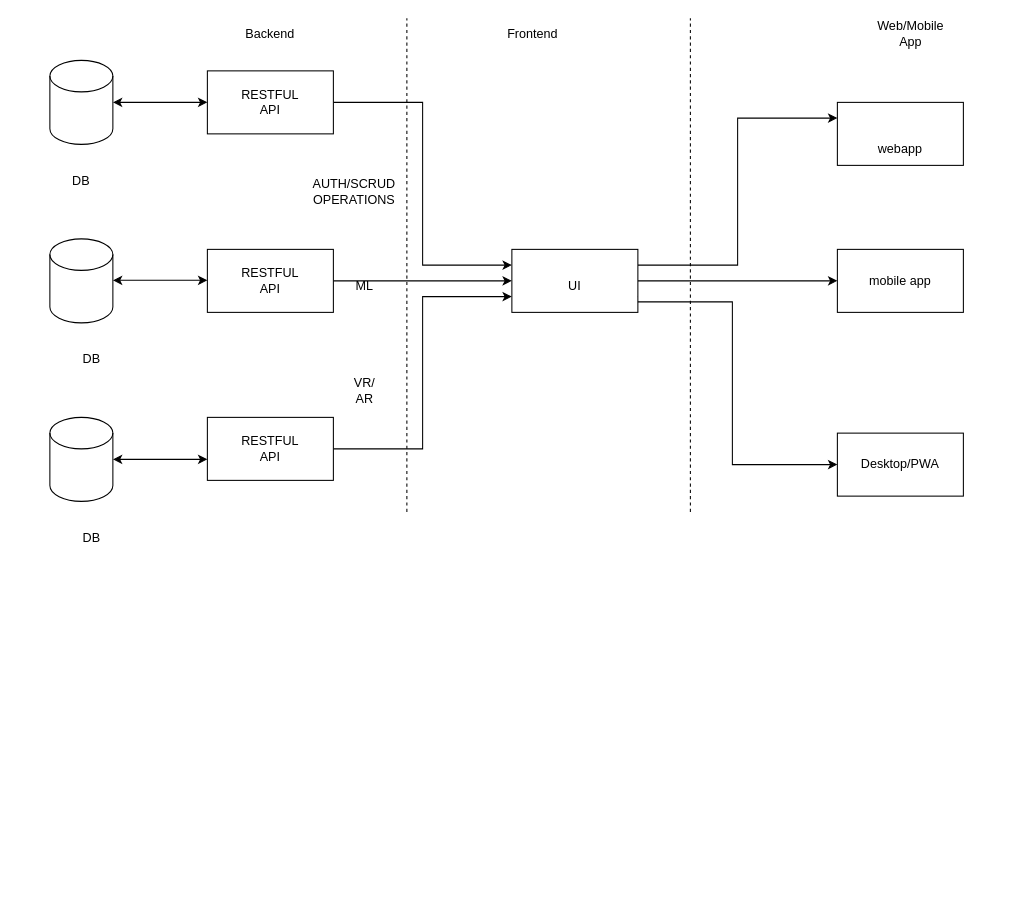
anapitalai/diagrams keeps this draw.io diagram as ofdf.drawio. Above is the earlier version. Source tidied: cells renumbered, new cells numbered last; positions are measured from the earlier drawing's top-left corner, leaving out a move shared by most shapes. Both pictures are drawn from the tidied source at 105%, with x=0, y=0 at pixel (49, 18).
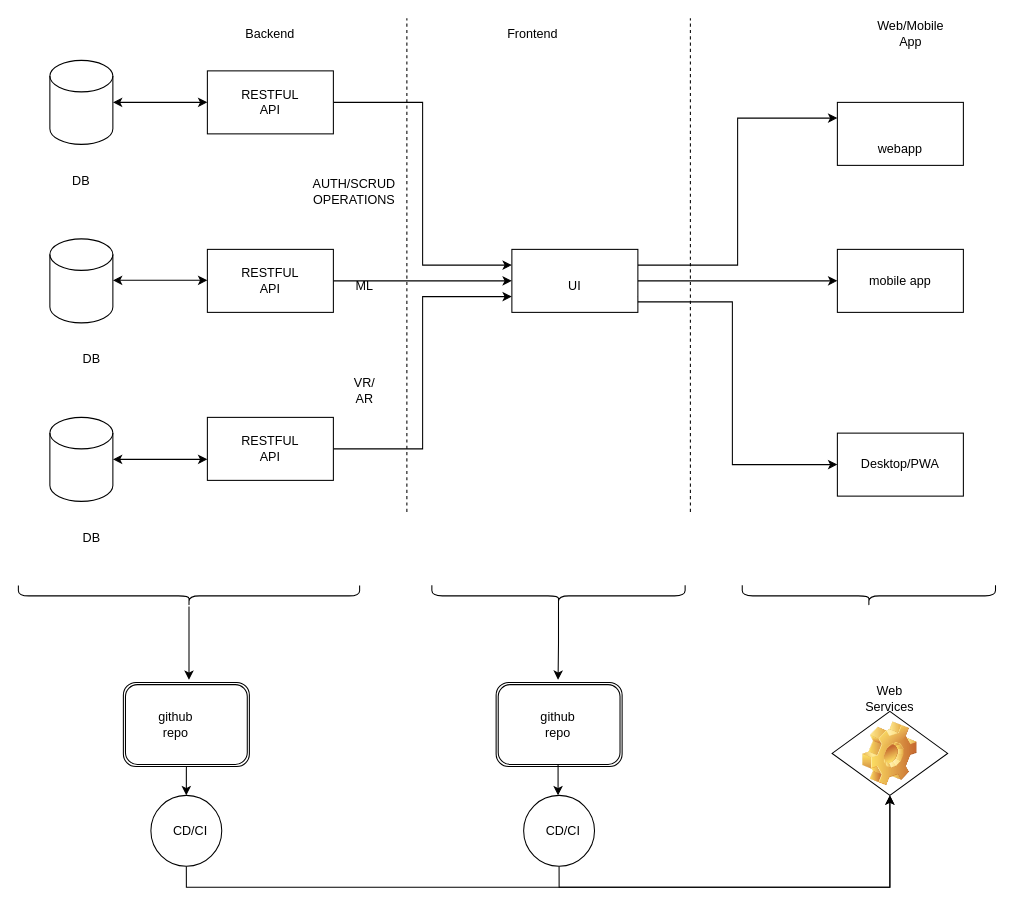
The same diagram, later.

Diff of the diagram source:
```diff
@@
+    <mxCell id="37" style="edgeStyle=orthogonalEdgeStyle;rounded=0;jettySize=auto;html=1;" parent="1" edge="1" source="38">
+      <mxGeometry relative="1" as="geometry">
+        <mxPoint x="132.5" y="630" as="targetPoint" />
+      </mxGeometry>
+    </mxCell>
+    <mxCell id="38" style="shape=curlyBracket;whiteSpace=wrap;html=1;rounded=1;flipH=1;labelPosition=right;verticalLabelPosition=middle;align=left;verticalAlign=middle;size=0.5;rotation=90;" parent="1" vertex="1">
+      <mxGeometry x="122.5" y="387.5" width="20" height="325" as="geometry" />
+    </mxCell>
+    <mxCell id="39" style="edgeStyle=orthogonalEdgeStyle;rounded=0;jettySize=auto;html=1;exitX=0.1;exitY=0.5;exitDx=0;exitDy=0;exitPerimeter=0;" parent="1" edge="1" source="40">
+      <mxGeometry relative="1" as="geometry">
+        <mxPoint x="484" y="630" as="targetPoint" />
+      </mxGeometry>
+    </mxCell>
+    <mxCell id="40" style="shape=curlyBracket;whiteSpace=wrap;html=1;rounded=1;flipH=1;labelPosition=right;verticalLabelPosition=middle;align=left;verticalAlign=middle;size=0.5;rotation=90;" parent="1" vertex="1">
+      <mxGeometry x="474.4" y="429.4" width="20" height="241.2" as="geometry" />
+    </mxCell>
+    <mxCell id="41" style="edgeStyle=orthogonalEdgeStyle;rounded=0;jettySize=auto;html=1;exitX=0.5;exitY=1;exitDx=0;exitDy=0;entryX=0.5;entryY=0;entryDx=0;entryDy=0;" parent="1" edge="1" source="42" target="47">
+      <mxGeometry relative="1" as="geometry" />
+    </mxCell>
+    <mxCell id="42" style="shape=ext;double=1;rounded=1;whiteSpace=wrap;html=1;" parent="1" vertex="1">
+      <mxGeometry x="70" y="632.5" width="120" height="80" as="geometry" />
+    </mxCell>
+    <mxCell id="43" style="shape=ext;double=1;rounded=1;whiteSpace=wrap;html=1;" parent="1" vertex="1">
+      <mxGeometry x="425" y="632.5" width="120" height="80" as="geometry" />
+    </mxCell>
+    <mxCell id="44" value="github repo" style="text;html=1;strokeColor=none;fillColor=none;align=center;verticalAlign=middle;whiteSpace=wrap;rounded=0;" parent="1" vertex="1">
+      <mxGeometry x="90" y="657.5" width="60" height="30" as="geometry" />
+    </mxCell>
+    <mxCell id="45" value="github repo" style="text;html=1;strokeColor=none;fillColor=none;align=center;verticalAlign=middle;whiteSpace=wrap;rounded=0;" parent="1" vertex="1">
+      <mxGeometry x="454.4" y="657.5" width="60" height="30" as="geometry" />
+    </mxCell>
+    <mxCell id="46" style="edgeStyle=orthogonalEdgeStyle;rounded=0;jettySize=auto;html=1;exitX=0.5;exitY=1;exitDx=0;exitDy=0;entryX=0.5;entryY=1;entryDx=0;entryDy=0;" parent="1" edge="1" source="47" target="49">
+      <mxGeometry relative="1" as="geometry" />
+    </mxCell>
+    <mxCell id="47" style="ellipse;whiteSpace=wrap;html=1;" parent="1" vertex="1">
+      <mxGeometry x="96.2" y="740" width="67.5" height="67.5" as="geometry" />
+    </mxCell>
+    <mxCell id="48" value="CD/CI" style="text;html=1;strokeColor=none;fillColor=none;align=center;verticalAlign=middle;whiteSpace=wrap;rounded=0;" parent="1" vertex="1">
+      <mxGeometry x="103.8" y="758.8" width="60" height="30" as="geometry" />
+    </mxCell>
+    <mxCell id="49" style="rhombus;whiteSpace=wrap;html=1;" parent="1" vertex="1">
+      <mxGeometry x="745" y="660" width="110" height="80" as="geometry" />
+    </mxCell>
+    <mxCell id="50" style="shape=curlyBracket;whiteSpace=wrap;html=1;rounded=1;flipH=1;labelPosition=right;verticalLabelPosition=middle;align=left;verticalAlign=middle;size=0.5;rotation=90;" parent="1" vertex="1">
+      <mxGeometry x="770" y="429.4" width="20" height="241.2" as="geometry" />
+    </mxCell>
+    <mxCell id="51" style="edgeStyle=orthogonalEdgeStyle;rounded=0;jettySize=auto;html=1;exitX=0.5;exitY=1;exitDx=0;exitDy=0;entryX=0.5;entryY=1;entryDx=0;entryDy=0;" parent="1" edge="1" source="52" target="49">
+      <mxGeometry relative="1" as="geometry" />
+    </mxCell>
+    <mxCell id="52" style="ellipse;whiteSpace=wrap;html=1;" parent="1" vertex="1">
+      <mxGeometry x="451.2" y="740" width="67.5" height="67.5" as="geometry" />
+    </mxCell>
+    <mxCell id="53" value="CD/CI" style="text;html=1;strokeColor=none;fillColor=none;align=center;verticalAlign=middle;whiteSpace=wrap;rounded=0;" parent="1" vertex="1">
+      <mxGeometry x="458.8" y="758.8" width="60" height="30" as="geometry" />
+    </mxCell>
+    <mxCell id="54" style="endArrow=classic;html=1;rounded=0;" parent="1" edge="1">
+      <mxGeometry relative="1" as="geometry">
+        <mxPoint x="484" y="710" as="sourcePoint" />
+        <mxPoint x="484" y="740" as="targetPoint" />
+      </mxGeometry>
+    </mxCell>
+    <mxCell id="55" value="Web Services" style="text;html=1;strokeColor=none;fillColor=none;align=center;verticalAlign=middle;whiteSpace=wrap;rounded=0;" parent="1" vertex="1">
+      <mxGeometry x="770" y="632.5" width="60" height="30" as="geometry" />
+    </mxCell>
+    <mxCell id="56" style="shape=image;html=1;verticalLabelPosition=bottom;verticalAlign=top;imageAspect=1;image=img/clipart/Gear_128x128.png;" parent="1" vertex="1">
+      <mxGeometry x="774" y="670" width="52" height="61" as="geometry" />
+    </mxCell>
```
